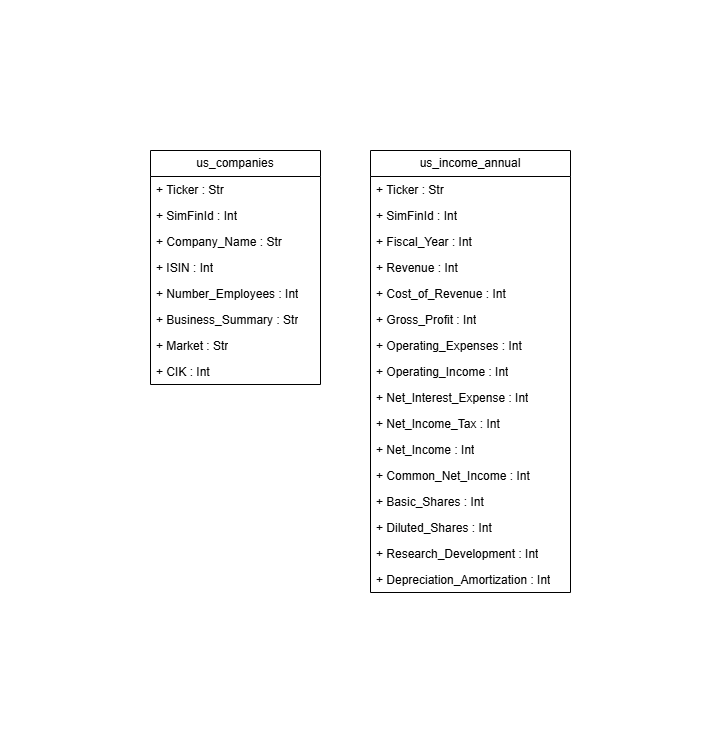
This is utils/schema.png from DavidRosario26387/Stock_API, a draw.io export, as it was before one commit. Source tidied: cells renumbered, new cells last; positions are measured from the earlier drawing's top-left corner, leaving out a move shared by most shapes.
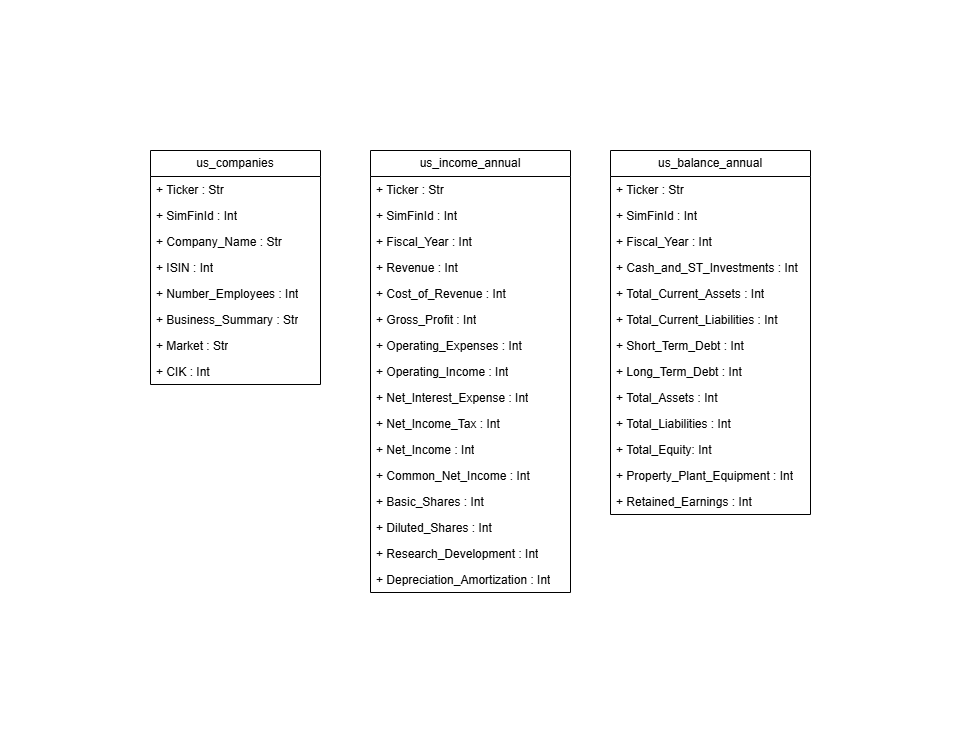
The same file after the commit.

Commit message:
cleaned us_balance_annual dataset

Change to the diagram source:
```diff
@@ -80,5 +80,47 @@
     <mxCell id="27" value="+&amp;nbsp;Depreciation_Amortization : Int" style="text;strokeColor=none;fillColor=none;align=left;verticalAlign=top;spacingLeft=4;spacingRight=4;overflow=hidden;whiteSpace=wrap;html=1;" parent="11" vertex="1">
       <mxGeometry y="416" width="200" height="26" as="geometry" />
     </mxCell>
+    <mxCell id="28" value="us_balance_annual" style="swimlane;fontStyle=0;horizontal=1;startSize=26;fillColor=none;whiteSpace=wrap;html=1;" parent="1" vertex="1">
+      <mxGeometry x="460" width="200" height="364" as="geometry" />
+    </mxCell>
+    <mxCell id="29" value="+ Ticker : Str" style="text;strokeColor=none;fillColor=none;align=left;verticalAlign=top;spacingLeft=4;spacingRight=4;overflow=hidden;whiteSpace=wrap;html=1;" parent="28" vertex="1">
+      <mxGeometry y="26" width="200" height="26" as="geometry" />
+    </mxCell>
+    <mxCell id="30" value="+ SimFinId : Int" style="text;strokeColor=none;fillColor=none;align=left;verticalAlign=top;spacingLeft=4;spacingRight=4;overflow=hidden;whiteSpace=wrap;html=1;" parent="28" vertex="1">
+      <mxGeometry y="52" width="200" height="26" as="geometry" />
+    </mxCell>
+    <mxCell id="31" value="+ Fiscal_Year : Int" style="text;strokeColor=none;fillColor=none;align=left;verticalAlign=top;spacingLeft=4;spacingRight=4;overflow=hidden;whiteSpace=wrap;html=1;" parent="28" vertex="1">
+      <mxGeometry y="78" width="200" height="26" as="geometry" />
+    </mxCell>
+    <mxCell id="32" value="+&amp;nbsp;Cash_and_ST_Investments : Int" style="text;strokeColor=none;fillColor=none;align=left;verticalAlign=top;spacingLeft=4;spacingRight=4;overflow=hidden;whiteSpace=wrap;html=1;" parent="28" vertex="1">
+      <mxGeometry y="104" width="200" height="26" as="geometry" />
+    </mxCell>
+    <mxCell id="33" value="+ Total_Current_Assets : Int" style="text;strokeColor=none;fillColor=none;align=left;verticalAlign=top;spacingLeft=4;spacingRight=4;overflow=hidden;whiteSpace=wrap;html=1;" parent="28" vertex="1">
+      <mxGeometry y="130" width="200" height="26" as="geometry" />
+    </mxCell>
+    <mxCell id="34" value="+&amp;nbsp;Total_Current_Liabilities : Int" style="text;strokeColor=none;fillColor=none;align=left;verticalAlign=top;spacingLeft=4;spacingRight=4;overflow=hidden;whiteSpace=wrap;html=1;" parent="28" vertex="1">
+      <mxGeometry y="156" width="200" height="26" as="geometry" />
+    </mxCell>
+    <mxCell id="35" value="+&amp;nbsp;Short_Term_Debt : Int" style="text;strokeColor=none;fillColor=none;align=left;verticalAlign=top;spacingLeft=4;spacingRight=4;overflow=hidden;whiteSpace=wrap;html=1;" parent="28" vertex="1">
+      <mxGeometry y="182" width="200" height="26" as="geometry" />
+    </mxCell>
+    <mxCell id="36" value="+ Long_Term_Debt : Int" style="text;strokeColor=none;fillColor=none;align=left;verticalAlign=top;spacingLeft=4;spacingRight=4;overflow=hidden;whiteSpace=wrap;html=1;" parent="28" vertex="1">
+      <mxGeometry y="208" width="200" height="26" as="geometry" />
+    </mxCell>
+    <mxCell id="37" value="+&amp;nbsp;Total_Assets : Int" style="text;strokeColor=none;fillColor=none;align=left;verticalAlign=top;spacingLeft=4;spacingRight=4;overflow=hidden;whiteSpace=wrap;html=1;" parent="28" vertex="1">
+      <mxGeometry y="234" width="200" height="26" as="geometry" />
+    </mxCell>
+    <mxCell id="38" value="+&amp;nbsp;Total_Liabilities : Int" style="text;strokeColor=none;fillColor=none;align=left;verticalAlign=top;spacingLeft=4;spacingRight=4;overflow=hidden;whiteSpace=wrap;html=1;" parent="28" vertex="1">
+      <mxGeometry y="260" width="200" height="26" as="geometry" />
+    </mxCell>
+    <mxCell id="39" value="+&amp;nbsp;Total_Equity: Int" style="text;strokeColor=none;fillColor=none;align=left;verticalAlign=top;spacingLeft=4;spacingRight=4;overflow=hidden;whiteSpace=wrap;html=1;" parent="28" vertex="1">
+      <mxGeometry y="286" width="200" height="26" as="geometry" />
+    </mxCell>
+    <mxCell id="40" value="+&amp;nbsp;Property_Plant_Equipment : Int" style="text;strokeColor=none;fillColor=none;align=left;verticalAlign=top;spacingLeft=4;spacingRight=4;overflow=hidden;whiteSpace=wrap;html=1;" parent="28" vertex="1">
+      <mxGeometry y="312" width="200" height="26" as="geometry" />
+    </mxCell>
+    <mxCell id="41" value="+&amp;nbsp;Retained_Earnings : Int" style="text;strokeColor=none;fillColor=none;align=left;verticalAlign=top;spacingLeft=4;spacingRight=4;overflow=hidden;whiteSpace=wrap;html=1;" parent="28" vertex="1">
+      <mxGeometry y="338" width="200" height="26" as="geometry" />
+    </mxCell>
   </root>
 </mxGraphModel>
```
